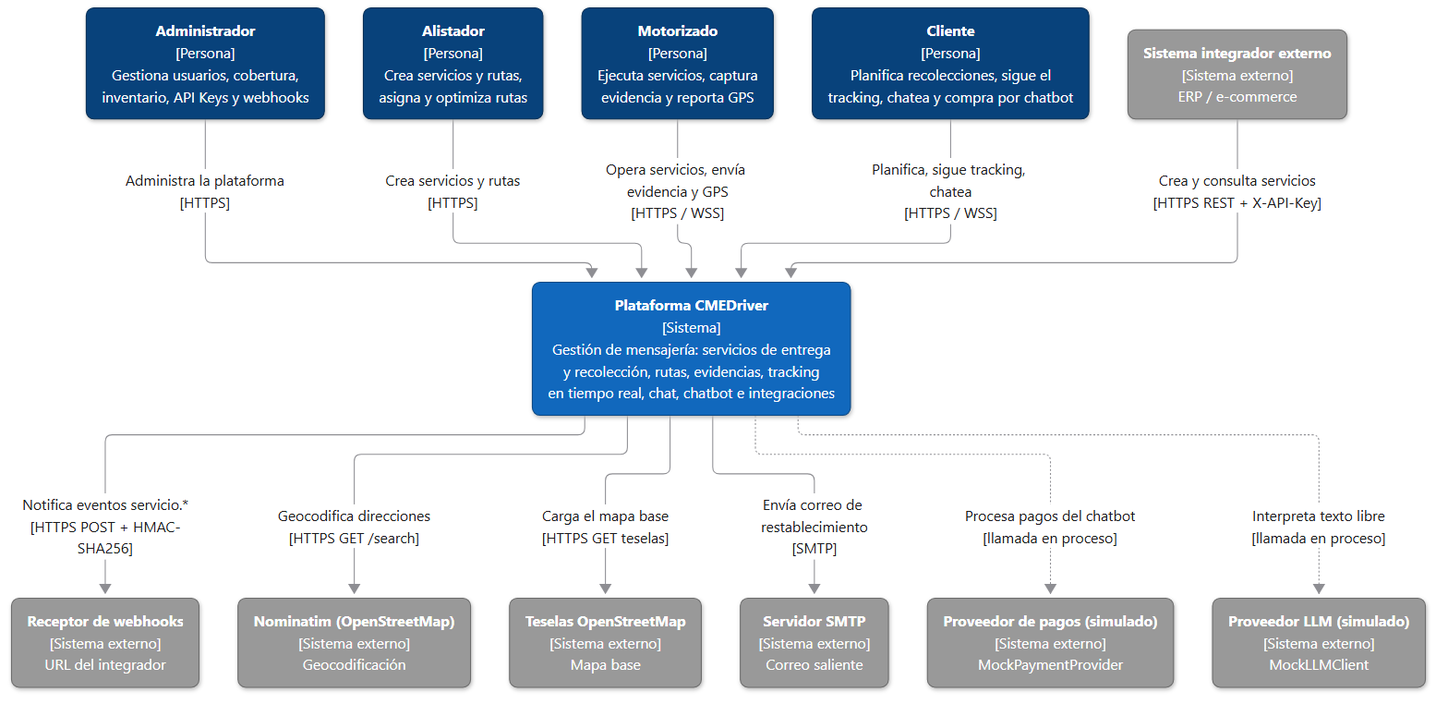
javier5254/CEMDriver keeps this Mermaid diagram as docs/diagrams/img/c4-1-contexto.png. Above is the earlier version. Its source is kept beside it as docs/diagrams/src/c4-1-contexto.mmd.
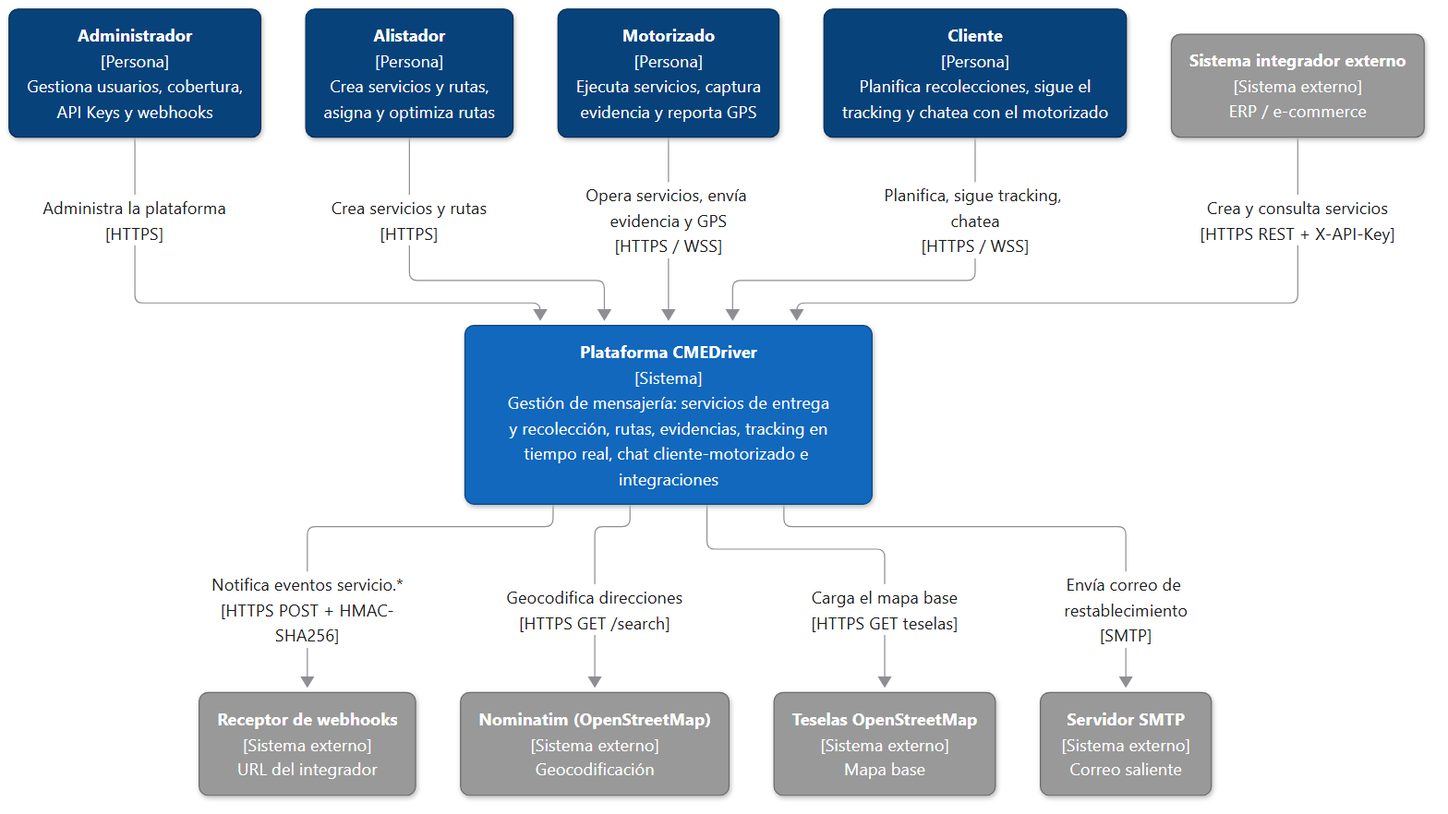
After the commit.

Commit message:
Docs: C4 niveles 1 a 4 sin inventario, pagos ni chatbot

Change to the diagram source:
```diff
@@ -1,21 +1,19 @@
 %%{init: {"flowchart": {"wrappingWidth": 330, "nodeSpacing": 40, "rankSpacing": 70}}}%%
 flowchart TB
 
-    ADM["<b>Administrador</b><br/>[Persona]<br/>Gestiona usuarios, cobertura,<br/>inventario, API Keys y webhooks"]
+    ADM["<b>Administrador</b><br/>[Persona]<br/>Gestiona usuarios, cobertura,<br/>API Keys y webhooks"]
     ALI["<b>Alistador</b><br/>[Persona]<br/>Crea servicios y rutas,<br/>asigna y optimiza rutas"]
     MOT["<b>Motorizado</b><br/>[Persona]<br/>Ejecuta servicios, captura<br/>evidencia y reporta GPS"]
-    CLI["<b>Cliente</b><br/>[Persona]<br/>Planifica recolecciones, sigue el<br/>tracking, chatea y compra por chatbot"]
+    CLI["<b>Cliente</b><br/>[Persona]<br/>Planifica recolecciones, sigue el<br/>tracking y chatea con el motorizado"]
 
     INT["<b>Sistema integrador externo</b><br/>[Sistema externo]<br/>ERP / e-commerce"]
 
-    CME["<b>Plataforma CMEDriver</b><br/>[Sistema]<br/>Gestión de mensajería: servicios de entrega<br/>y recolección, rutas, evidencias, tracking<br/>en tiempo real, chat, chatbot e integraciones"]
+    CME["<b>Plataforma CMEDriver</b><br/>[Sistema]<br/>Gestión de mensajería: servicios de entrega<br/>y recolección, rutas, evidencias, tracking en<br/>tiempo real, chat cliente-motorizado e integraciones"]
 
     WH["<b>Receptor de webhooks</b><br/>[Sistema externo]<br/>URL del integrador"]
     NOM["<b>Nominatim (OpenStreetMap)</b><br/>[Sistema externo]<br/>Geocodificación"]
     OSM["<b>Teselas OpenStreetMap</b><br/>[Sistema externo]<br/>Mapa base"]
     SMTP["<b>Servidor SMTP</b><br/>[Sistema externo]<br/>Correo saliente"]
-    PAY["<b>Proveedor de pagos (simulado)</b><br/>[Sistema externo]<br/>MockPaymentProvider"]
-    LLM["<b>Proveedor LLM (simulado)</b><br/>[Sistema externo]<br/>MockLLMClient"]
 
     ADM -->|"Administra la plataforma<br/>[HTTPS]"| CME
     ALI -->|"Crea servicios y rutas<br/>[HTTPS]"| CME
@@ -27,12 +25,10 @@
     CME -->|"Geocodifica direcciones<br/>[HTTPS GET /search]"| NOM
     CME -->|"Carga el mapa base<br/>[HTTPS GET teselas]"| OSM
     CME -->|"Envía correo de restablecimiento<br/>[SMTP]"| SMTP
-    CME -.->|"Procesa pagos del chatbot<br/>[llamada en proceso]"| PAY
-    CME -.->|"Interpreta texto libre<br/>[llamada en proceso]"| LLM
 
     classDef persona fill:#08427b,stroke:#052e56,color:#ffffff;
     classDef sistema fill:#1168bd,stroke:#0b4884,color:#ffffff;
     classDef externo fill:#999999,stroke:#6b6b6b,color:#ffffff;
     class ADM,ALI,MOT,CLI persona;
     class CME sistema;
-    class INT,WH,NOM,OSM,SMTP,PAY,LLM externo;
+    class INT,WH,NOM,OSM,SMTP externo;
```
